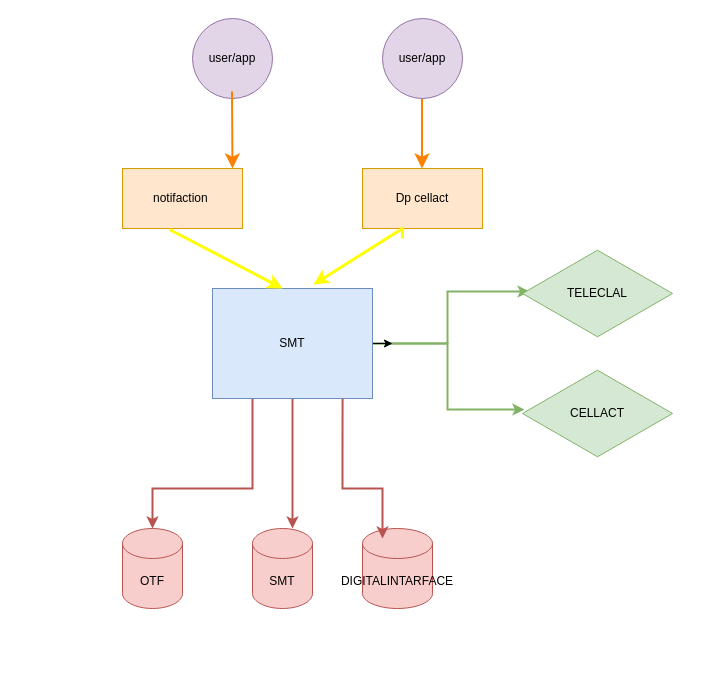
Earlier version of the draw.io diagram Untitled Diagram.drawio (racheliWeiss/draw.io). Source tidied: cells renumbered, new cells numbered last; positions are measured from the earlier drawing's top-left corner, leaving out a move shared by most shapes. Both pictures are drawn from the tidied source at 100%, with x=0, y=0 at pixel (122, 18).
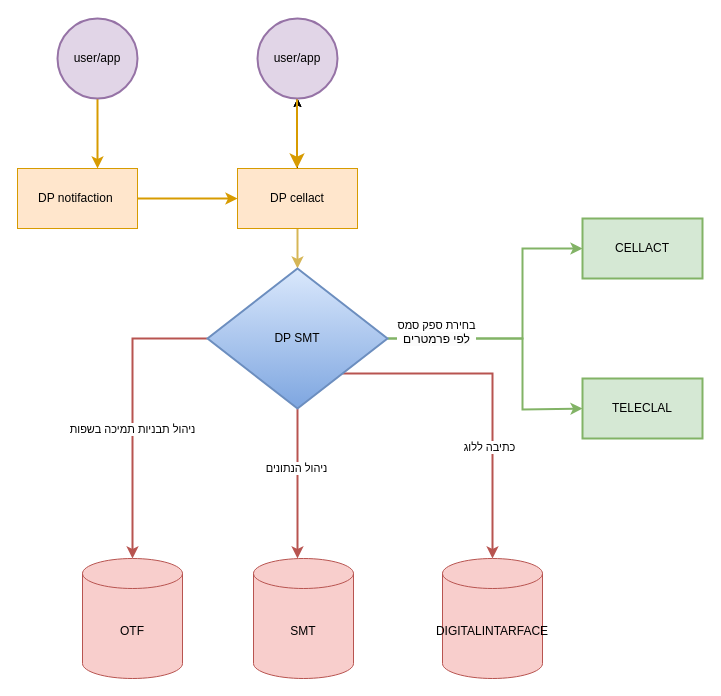
After the change.

Diff of the diagram source:
```diff
@@
-<mxGraphModel>
+<mxGraphModel background="#FFFFFF">
@@
     <mxCell id="2" value="OTF" style="shape=cylinder3;whiteSpace=wrap;html=1;boundedLbl=1;backgroundOutline=1;size=15;fillColor=#f8cecc;strokeColor=#b85450;" parent="1" vertex="1">
-      <mxGeometry y="510" width="60" height="80" as="geometry" />
+      <mxGeometry x="-40" y="540" width="100" height="120" as="geometry" />
     </mxCell>
+    <mxCell id="22" style="edgeStyle=orthogonalEdgeStyle;rounded=0;jettySize=auto;html=1;entryX=0.667;entryY=0;entryDx=0;entryDy=0;entryPerimeter=0;strokeWidth=2;fillColor=#ffcd28;gradientColor=#ffa500;strokeColor=#d79b00;" parent="1" edge="1" source="3" target="5">
+      <mxGeometry relative="1" as="geometry" />
+    </mxCell>
-    <mxCell id="3" value="user/app" style="ellipse;whiteSpace=wrap;html=1;fillColor=#e1d5e7;strokeColor=#9673a6;" parent="1" vertex="1">
-      <mxGeometry x="70" width="80" height="80" as="geometry" />
+    <mxCell id="3" value="user/app" style="ellipse;whiteSpace=wrap;html=1;fillColor=#e1d5e7;strokeColor=#9673a6;strokeWidth=2;" parent="1" vertex="1">
+      <mxGeometry x="-65" width="80" height="80" as="geometry" />
     </mxCell>
-    <mxCell id="4" style="endArrow=classic;html=1;rounded=0;strokeColor=#FF8000;endSize=9;verticalAlign=bottom;strokeWidth=2;" parent="1" edge="1">
-      <mxGeometry relative="1" as="geometry">
-        <mxPoint x="109.5" y="73" as="sourcePoint" />
-        <mxPoint x="110" y="150" as="targetPoint" />
-      </mxGeometry>
-    </mxCell>
+    <mxCell id="23" style="edgeStyle=orthogonalEdgeStyle;rounded=0;jettySize=auto;html=1;fillColor=#ffcd28;gradientColor=#ffa500;strokeColor=#d79b00;strokeWidth=2;" parent="1" edge="1" source="5" target="6">
+      <mxGeometry relative="1" as="geometry" />
+    </mxCell>
-    <mxCell id="5" value="notifaction&amp;nbsp;" style="rounded=0;whiteSpace=wrap;html=1;fillColor=#ffe6cc;strokeColor=#d79b00;" parent="1" vertex="1">
-      <mxGeometry y="150" width="120" height="60" as="geometry" />
+    <mxCell id="5" value="DP notifaction&amp;nbsp;" style="rounded=0;whiteSpace=wrap;html=1;fillColor=#ffe6cc;strokeColor=#d79b00;" parent="1" vertex="1">
+      <mxGeometry x="-105" y="150" width="120" height="60" as="geometry" />
     </mxCell>
+    <mxCell id="24" style="edgeStyle=orthogonalEdgeStyle;rounded=0;jettySize=auto;html=1;exitX=0.5;exitY=1;exitDx=0;exitDy=0;entryX=0.5;entryY=0;entryDx=0;entryDy=0;fillColor=#fff2cc;gradientColor=#ffd966;strokeColor=#d6b656;strokeWidth=2;" parent="1" edge="1" source="6" target="34">
+      <mxGeometry relative="1" as="geometry" />
+    </mxCell>
+    <mxCell id="25" style="edgeStyle=orthogonalEdgeStyle;rounded=0;jettySize=auto;html=1;" parent="1" edge="1" source="6" target="15">
+      <mxGeometry relative="1" as="geometry" />
+    </mxCell>
+    <mxCell id="26" style="edgeStyle=orthogonalEdgeStyle;rounded=0;jettySize=auto;html=1;" parent="1" edge="1" source="6" target="15">
+      <mxGeometry relative="1" as="geometry" />
+    </mxCell>
-    <mxCell id="6" value="Dp cellact" style="rounded=0;whiteSpace=wrap;html=1;fillColor=#ffe6cc;strokeColor=#d79b00;" parent="1" vertex="1">
-      <mxGeometry x="240" y="150" width="120" height="60" as="geometry" />
+    <mxCell id="6" value="DP cellact" style="rounded=0;whiteSpace=wrap;html=1;fillColor=#ffe6cc;strokeColor=#d79b00;" parent="1" vertex="1">
+      <mxGeometry x="115" y="150" width="120" height="60" as="geometry" />
     </mxCell>
-    <mxCell id="7" style="endArrow=classic;html=1;rounded=0;strokeColor=#FF8000;endSize=9;verticalAlign=bottom;strokeWidth=2;" parent="1" edge="1">
+    <mxCell id="7" style="endArrow=classic;html=1;rounded=0;strokeColor=#d79b00;endSize=9;verticalAlign=bottom;strokeWidth=2;fillColor=#ffcd28;gradientColor=#ffa500;" parent="1" edge="1">
       <mxGeometry relative="1" as="geometry">
-        <mxPoint x="299.5" y="80" as="sourcePoint" />
-        <mxPoint x="299.5" y="150" as="targetPoint" />
+        <mxPoint x="174.5" y="80" as="sourcePoint" />
+        <mxPoint x="174.5" y="150" as="targetPoint" />
         <Array as="points">
-          <mxPoint x="299.5" y="130" />
+          <mxPoint x="174.5" y="130" />
         </Array>
       </mxGeometry>
     </mxCell>
-    <mxCell id="8" style="edgeStyle=orthogonalEdgeStyle;rounded=0;jettySize=auto;html=1;entryX=0.013;entryY=0.456;entryDx=0;entryDy=0;entryPerimeter=0;fillColor=#d5e8d4;gradientColor=#97d077;strokeColor=#82b366;strokeWidth=2;" parent="1" edge="1" source="13" target="20">
-      <mxGeometry relative="1" as="geometry" />
-    </mxCell>
-    <mxCell id="9" style="edgeStyle=orthogonalEdgeStyle;rounded=0;jettySize=auto;html=1;entryX=0.047;entryY=0.478;entryDx=0;entryDy=0;entryPerimeter=0;fillColor=#d5e8d4;gradientColor=#97d077;strokeColor=#82b366;strokeWidth=2;" parent="1" edge="1" source="13" target="19">
-      <mxGeometry relative="1" as="geometry" />
-    </mxCell>
-    <mxCell id="10" style="edgeStyle=orthogonalEdgeStyle;rounded=0;jettySize=auto;html=1;exitX=0.25;exitY=1;exitDx=0;exitDy=0;entryX=0.5;entryY=0;entryDx=0;entryDy=0;entryPerimeter=0;fillColor=#f8cecc;gradientColor=#ea6b66;strokeColor=#b85450;strokeWidth=2;" parent="1" edge="1" source="13" target="2">
+    <mxCell id="10" style="edgeStyle=orthogonalEdgeStyle;rounded=0;jettySize=auto;html=1;entryX=0.5;entryY=0;entryDx=0;entryDy=0;entryPerimeter=0;fillColor=#f8cecc;gradientColor=#ea6b66;strokeColor=#b85450;strokeWidth=2;exitX=0;exitY=0.5;exitDx=0;exitDy=0;" parent="1" edge="1" source="34" target="2">
       <mxGeometry relative="1" as="geometry">
         <Array as="points">
-          <mxPoint x="130" y="470" />
-          <mxPoint x="30" y="470" />
+          <mxPoint x="10" y="320" />
         </Array>
       </mxGeometry>
     </mxCell>
+    <mxCell id="27" value="ניהול תבניות תמיכה בשפות" style="edgeLabel;html=1;align=center;verticalAlign=middle;" parent="10" vertex="1">
+      <mxGeometry x="-0.5" y="-5" relative="1" as="geometry">
+        <mxPoint x="-2" y="95" as="offset" />
+      </mxGeometry>
+    </mxCell>
-    <mxCell id="11" style="edgeStyle=orthogonalEdgeStyle;rounded=0;jettySize=auto;html=1;exitX=0.5;exitY=1;exitDx=0;exitDy=0;fillColor=#f8cecc;gradientColor=#ea6b66;strokeColor=#b85450;strokeWidth=2;" parent="1" edge="1" source="13" target="18">
+    <mxCell id="11" style="edgeStyle=orthogonalEdgeStyle;rounded=0;jettySize=auto;html=1;exitX=0.5;exitY=1;exitDx=0;exitDy=0;fillColor=#f8cecc;gradientColor=#ea6b66;strokeColor=#b85450;strokeWidth=2;" parent="1" edge="1" source="34" target="18">
       <mxGeometry relative="1" as="geometry">
         <Array as="points">
-          <mxPoint x="170" y="480" />
-          <mxPoint x="170" y="480" />
+          <mxPoint x="175" y="490" />
+          <mxPoint x="175" y="490" />
         </Array>
       </mxGeometry>
     </mxCell>
-    <mxCell id="12" style="edgeStyle=orthogonalEdgeStyle;rounded=0;jettySize=auto;html=1;" parent="1" edge="1" source="13">
-      <mxGeometry relative="1" as="geometry">
-        <mxPoint x="270" y="325" as="targetPoint" />
-      </mxGeometry>
-    </mxCell>
-    <mxCell id="13" value="SMT" style="rounded=0;whiteSpace=wrap;html=1;fillColor=#dae8fc;strokeColor=#6c8ebf;" parent="1" vertex="1">
-      <mxGeometry x="90" y="270" width="160" height="110" as="geometry" />
-    </mxCell>
-    <mxCell id="14" style="endArrow=classic;html=1;rounded=0;exitX=0.392;exitY=1.017;exitDx=0;exitDy=0;exitPerimeter=0;entryX=0.438;entryY=0;entryDx=0;entryDy=0;entryPerimeter=0;strokeWidth=3;strokeColor=#FFFF00;" parent="1" edge="1" source="5" target="13">
-      <mxGeometry relative="1" as="geometry" />
-    </mxCell>
+    <mxCell id="28" value="ניהול הנתונים" style="edgeLabel;html=1;align=center;verticalAlign=middle;" parent="11" vertex="1">
+      <mxGeometry x="-0.22" y="-2" relative="1" as="geometry" />
+    </mxCell>
-    <mxCell id="15" value="user/app" style="ellipse;whiteSpace=wrap;html=1;fillColor=#e1d5e7;strokeColor=#9673a6;" parent="1" vertex="1">
-      <mxGeometry x="260" width="80" height="80" as="geometry" />
+    <mxCell id="15" value="user/app" style="ellipse;whiteSpace=wrap;html=1;fillColor=#e1d5e7;strokeColor=#9673a6;strokeWidth=2;" parent="1" vertex="1">
+      <mxGeometry x="135" width="80" height="80" as="geometry" />
     </mxCell>
-    <mxCell id="16" style="endArrow=classic;html=1;rounded=0;entryX=0.631;entryY=-0.036;entryDx=0;entryDy=0;entryPerimeter=0;strokeWidth=3;strokeColor=#FFFF00;" parent="1" edge="1" target="13">
-      <mxGeometry relative="1" as="geometry">
-        <mxPoint x="280" y="220" as="sourcePoint" />
-        <Array as="points">
-          <mxPoint x="280" y="210" />
-        </Array>
-      </mxGeometry>
-    </mxCell>
     <mxCell id="17" value="DIGITALINTARFACE" style="shape=cylinder3;whiteSpace=wrap;html=1;boundedLbl=1;backgroundOutline=1;size=15;fillColor=#f8cecc;strokeColor=#b85450;" parent="1" vertex="1">
-      <mxGeometry x="240" y="510" width="70" height="80" as="geometry" />
+      <mxGeometry x="320" y="540" width="100" height="120" as="geometry" />
     </mxCell>
     <mxCell id="18" value="SMT" style="shape=cylinder3;whiteSpace=wrap;html=1;boundedLbl=1;backgroundOutline=1;size=15;fillColor=#f8cecc;strokeColor=#b85450;" parent="1" vertex="1">
-      <mxGeometry x="130" y="510" width="60" height="80" as="geometry" />
+      <mxGeometry x="131" y="540" width="100" height="120" as="geometry" />
     </mxCell>
+    <mxCell id="29" style="edgeStyle=orthogonalEdgeStyle;rounded=0;jettySize=auto;html=1;exitX=1;exitY=0.5;exitDx=0;exitDy=0;entryX=0;entryY=0.5;entryDx=0;entryDy=0;fillColor=#d5e8d4;gradientColor=#97d077;strokeColor=#82b366;strokeWidth=2;" parent="1" edge="1" source="34" target="20">
+      <mxGeometry relative="1" as="geometry">
+        <Array as="points">
+          <mxPoint x="400" y="320" />
+          <mxPoint x="400" y="230" />
+        </Array>
+      </mxGeometry>
+    </mxCell>
+    <mxCell id="30" style="edgeStyle=orthogonalEdgeStyle;rounded=0;jettySize=auto;html=1;exitX=1;exitY=0.5;exitDx=0;exitDy=0;entryX=0;entryY=0.5;entryDx=0;entryDy=0;fillColor=#d5e8d4;gradientColor=#97d077;strokeColor=#82b366;strokeWidth=2;" parent="1" edge="1" source="34" target="19">
+      <mxGeometry relative="1" as="geometry">
+        <Array as="points">
+          <mxPoint x="400" y="320" />
+          <mxPoint x="400" y="391" />
+        </Array>
+      </mxGeometry>
+    </mxCell>
+    <mxCell id="31" value="בחירת ספק סמס&lt;br style=&quot;border-color: var(--border-color); font-size: 12px; background-color: rgb(251, 251, 251);&quot;&gt;&lt;span style=&quot;font-size: 12px; background-color: rgb(251, 251, 251);&quot;&gt;לפי פרמטרים&lt;/span&gt;" style="edgeLabel;html=1;align=center;verticalAlign=middle;" parent="30" vertex="1">
+      <mxGeometry x="-0.64" y="7" relative="1" as="geometry" />
+    </mxCell>
+    <mxCell id="32" style="edgeStyle=orthogonalEdgeStyle;rounded=0;jettySize=auto;html=1;exitX=1;exitY=1;exitDx=0;exitDy=0;strokeWidth=2;fillColor=#a20025;strokeColor=#B85450;" parent="1" edge="1" source="34" target="17">
+      <mxGeometry relative="1" as="geometry" />
+    </mxCell>
+    <mxCell id="33" value="כתיבה ללוג" style="edgeLabel;html=1;align=center;verticalAlign=middle;" parent="32" vertex="1">
+      <mxGeometry x="0.33" y="-4" relative="1" as="geometry" />
+    </mxCell>
+    <mxCell id="34" value="DP SMT" style="rhombus;whiteSpace=wrap;html=1;fillColor=#dae8fc;gradientColor=#7ea6e0;strokeColor=#6c8ebf;strokeWidth=2;" parent="1" vertex="1">
+      <mxGeometry x="85" y="250" width="180" height="140" as="geometry" />
+    </mxCell>
+    <mxCell id="20" value="CELLACT" style="rounded=0;whiteSpace=wrap;html=1;fillColor=#d5e8d4;strokeColor=#82b366;strokeWidth=2;" parent="1" vertex="1">
+      <mxGeometry x="460" y="200" width="120" height="60" as="geometry" />
+    </mxCell>
-    <mxCell id="19" value="TELECLAL" style="html=1;whiteSpace=wrap;shape=isoRectangle;fillColor=#d5e8d4;strokeColor=#82b366;" parent="1" vertex="1">
-      <mxGeometry x="400" y="230" width="150" height="90" as="geometry" />
+    <mxCell id="19" value="TELECLAL" style="rounded=0;whiteSpace=wrap;html=1;fillColor=#d5e8d4;strokeColor=#82b366;strokeWidth=2;" parent="1" vertex="1">
+      <mxGeometry x="460" y="360" width="120" height="60" as="geometry" />
     </mxCell>
-    <mxCell id="20" value="CELLACT" style="html=1;whiteSpace=wrap;shape=isoRectangle;fillColor=#d5e8d4;strokeColor=#82b366;" parent="1" vertex="1">
-      <mxGeometry x="400" y="350" width="150" height="90" as="geometry" />
-    </mxCell>
-    <mxCell id="21" style="endArrow=classic;html=1;rounded=0;exitX=0.813;exitY=1;exitDx=0;exitDy=0;exitPerimeter=0;fillColor=#f8cecc;strokeColor=#b85450;gradientColor=#ea6b66;strokeWidth=2;" parent="1" edge="1" source="13">
-      <mxGeometry relative="1" as="geometry">
-        <mxPoint x="260" y="520" as="targetPoint" />
-        <Array as="points">
-          <mxPoint x="220" y="430" />
-          <mxPoint x="220" y="470" />
-          <mxPoint x="260" y="470" />
-        </Array>
-      </mxGeometry>
-    </mxCell>
```
